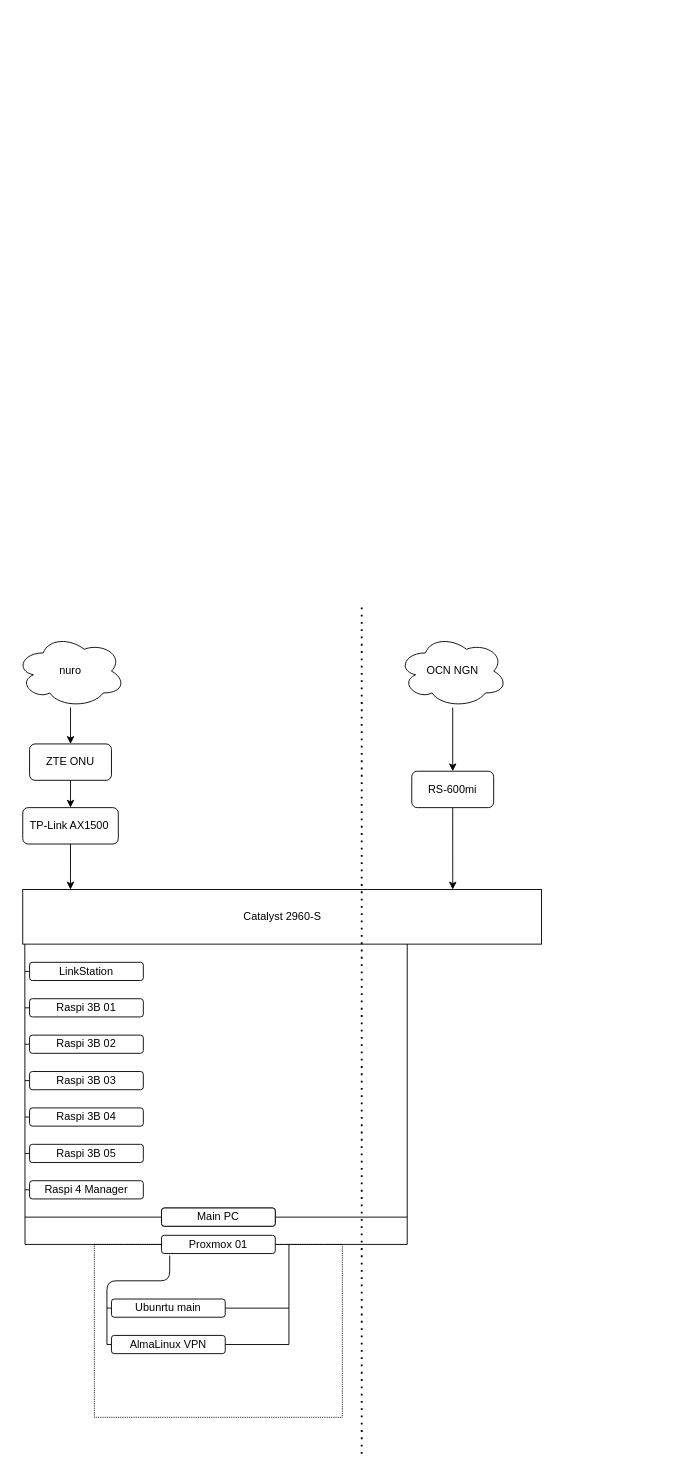
Before: diagram/diagram.drawio in Anchovy-s3/home-network, a draw.io diagram. Source tidied: cells renumbered, new cells numbered last; positions are measured from the earlier drawing's top-left corner, leaving out a move shared by most shapes. Both pictures are drawn from the tidied source at 91%, with x=0, y=0 at pixel (15, 607).
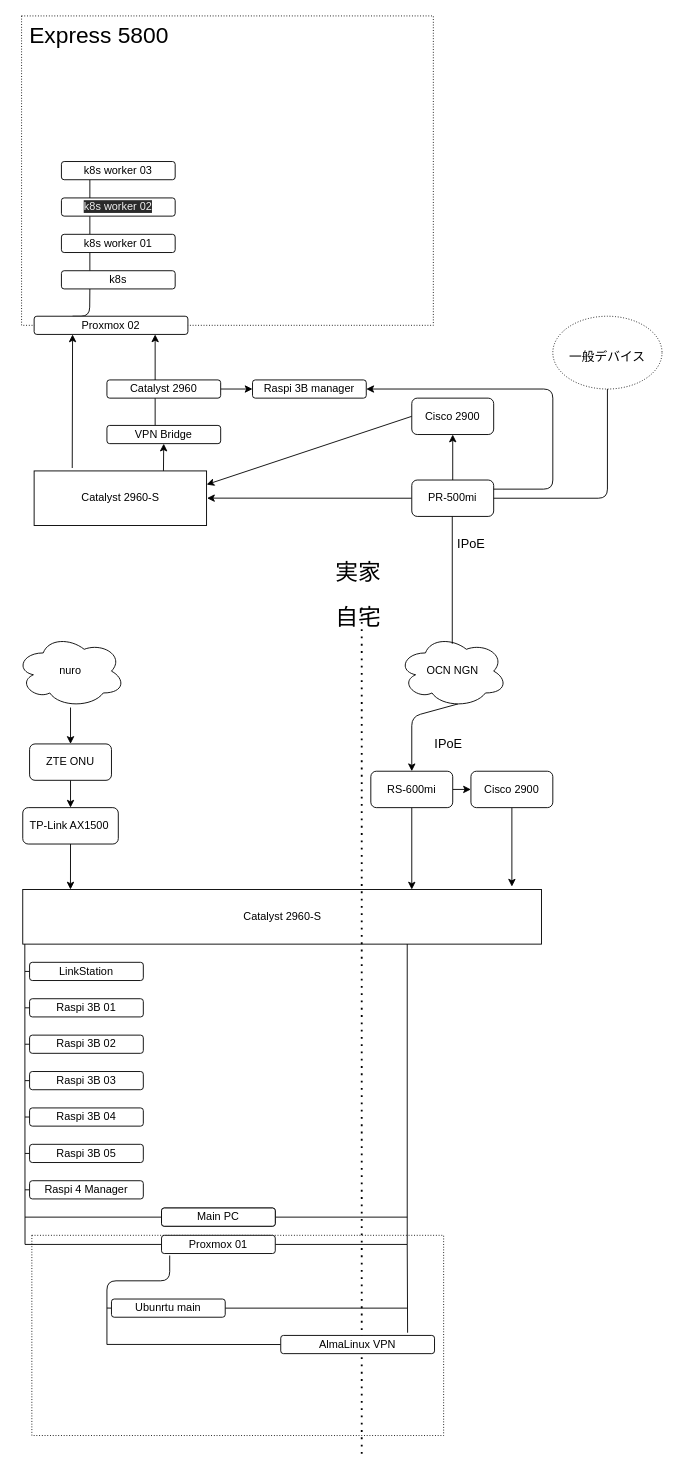
After the change.

Commit message:
実家構成追加

Unchanged cells that the change refers to:
```xml
<mxCell id="9" value="Catalyst 2960-S" style="rounded=0;whiteSpace=wrap;html=1;" parent="1" vertex="1">
  <mxGeometry x="7.5" y="310" width="570" height="60" as="geometry" />
</mxCell>
<mxCell id="11" value="OCN NGN" style="ellipse;shape=cloud;whiteSpace=wrap;html=1;" parent="1" vertex="1">
  <mxGeometry x="420" y="30" width="120" height="80" as="geometry" />
</mxCell>
<mxCell id="41" value="Ubunrtu main" style="rounded=1;whiteSpace=wrap;html=1;" parent="1" vertex="1">
  <mxGeometry x="105" y="760" width="125" height="20" as="geometry" />
</mxCell>
```

The edit, as a diff of the source:
```diff
@@
-    <mxCell id="2" style="rounded=0;whiteSpace=wrap;html=1;dashed=1;dashPattern=1 1;fillColor=none;gradientColor=none;" parent="1" vertex="1">
-      <mxGeometry x="86.2" y="700" width="272.5" height="190" as="geometry" />
-    </mxCell>
+    <mxCell id="47" style="rounded=0;whiteSpace=wrap;html=1;fillColor=none;dashed=1;dashPattern=1 2;" parent="1" vertex="1">
+      <mxGeometry x="6.2" y="-650" width="452.5" height="340" as="geometry" />
+    </mxCell>
+    <mxCell id="48" style="rounded=0;whiteSpace=wrap;html=1;fillColor=none;dashed=1;dashPattern=1 2;" parent="1" vertex="1">
+      <mxGeometry x="17.5" y="690" width="452.5" height="220" as="geometry" />
+    </mxCell>
@@
-    <mxCell id="10" style="edgeStyle=none;html=1;" parent="1" edge="1" source="11" target="13">
-      <mxGeometry relative="1" as="geometry" />
+    <mxCell id="10" style="edgeStyle=none;html=1;exitX=0.55;exitY=0.95;exitDx=0;exitDy=0;exitPerimeter=0;" parent="1" edge="1" source="11" target="13">
+      <mxGeometry relative="1" as="geometry">
+        <Array as="points">
+          <mxPoint x="435" y="120" />
+        </Array>
+      </mxGeometry>
     </mxCell>
@@
-    <mxCell id="12" style="edgeStyle=none;html=1;exitX=0.5;exitY=1;exitDx=0;exitDy=0;entryX=0.829;entryY=0;entryDx=0;entryDy=0;entryPerimeter=0;" parent="1" edge="1" source="13" target="9">
+    <mxCell id="12" style="edgeStyle=none;html=1;exitX=0.5;exitY=1;exitDx=0;exitDy=0;entryX=0.75;entryY=0;entryDx=0;entryDy=0;" parent="1" edge="1" source="13" target="9">
       <mxGeometry relative="1" as="geometry" />
     </mxCell>
+    <mxCell id="49" style="edgeStyle=none;html=1;exitX=1;exitY=0.5;exitDx=0;exitDy=0;entryX=0;entryY=0.5;entryDx=0;entryDy=0;fontSize=14;startArrow=none;startFill=0;endArrow=classic;endFill=1;" parent="1" edge="1" source="13" target="71">
+      <mxGeometry relative="1" as="geometry" />
+    </mxCell>
     <mxCell id="13" value="RS-600mi" style="rounded=1;whiteSpace=wrap;html=1;" parent="1" vertex="1">
-      <mxGeometry x="435" y="180" width="90" height="40" as="geometry" />
+      <mxGeometry x="390" y="180" width="90" height="40" as="geometry" />
     </mxCell>
@@
     <mxCell id="40" style="edgeStyle=none;html=1;exitX=1;exitY=0.5;exitDx=0;exitDy=0;endArrow=none;endFill=0;" parent="1" edge="1" source="41">
       <mxGeometry relative="1" as="geometry">
-        <mxPoint x="300" y="770" as="targetPoint" />
+        <mxPoint x="430" y="770" as="targetPoint" />
       </mxGeometry>
     </mxCell>
@@
     <mxCell id="44" value="AlmaLinux VPN" style="rounded=1;whiteSpace=wrap;html=1;" parent="1" vertex="1">
-      <mxGeometry x="105" y="800" width="125" height="20" as="geometry" />
+      <mxGeometry x="291" y="800" width="169" height="20" as="geometry" />
     </mxCell>
@@
-    <mxCell id="46" style="endArrow=none;html=1;" parent="1" edge="1">
+    <mxCell id="46" style="endArrow=none;html=1;exitX=0.825;exitY=-0.148;exitDx=0;exitDy=0;exitPerimeter=0;" parent="1" edge="1" source="44">
       <mxGeometry relative="1" as="geometry">
-        <mxPoint x="300" y="810" as="sourcePoint" />
-        <mxPoint x="300" y="700" as="targetPoint" />
+        <mxPoint x="430" y="700" as="targetPoint" />
       </mxGeometry>
     </mxCell>
+    <mxCell id="50" style="edgeStyle=none;html=1;" parent="1" edge="1">
+      <mxGeometry relative="1" as="geometry">
+        <mxPoint x="479.5" y="40" as="sourcePoint" />
+        <mxPoint x="479.5" y="-130" as="targetPoint" />
+      </mxGeometry>
+    </mxCell>
+    <mxCell id="51" style="edgeStyle=none;html=1;exitX=0.5;exitY=0;exitDx=0;exitDy=0;entryX=0.5;entryY=1;entryDx=0;entryDy=0;fontSize=14;startArrow=none;startFill=0;endArrow=classic;endFill=1;" parent="1" edge="1" source="53" target="73">
+      <mxGeometry relative="1" as="geometry" />
+    </mxCell>
+    <mxCell id="52" style="edgeStyle=none;html=1;exitX=0;exitY=0.5;exitDx=0;exitDy=0;fontSize=14;startArrow=none;startFill=0;endArrow=classic;endFill=1;" parent="1" edge="1" source="53">
+      <mxGeometry relative="1" as="geometry">
+        <mxPoint x="210" y="-120.1" as="targetPoint" />
+      </mxGeometry>
+    </mxCell>
+    <mxCell id="53" value="PR-500mi" style="rounded=1;whiteSpace=wrap;html=1;" parent="1" vertex="1">
+      <mxGeometry x="435" y="-140" width="90" height="40" as="geometry" />
+    </mxCell>
+    <mxCell id="54" style="edgeStyle=none;html=1;exitX=0.424;exitY=0;exitDx=0;exitDy=0;fontSize=25;entryX=0.787;entryY=1;entryDx=0;entryDy=0;entryPerimeter=0;exitPerimeter=0;" parent="1" edge="1" source="55" target="59">
+      <mxGeometry relative="1" as="geometry" />
+    </mxCell>
+    <mxCell id="55" value="VPN Bridge" style="rounded=1;whiteSpace=wrap;html=1;" parent="1" vertex="1">
+      <mxGeometry x="100" y="-200" width="125" height="20" as="geometry" />
+    </mxCell>
+    <mxCell id="56" value="自宅" style="text;html=1;align=center;verticalAlign=middle;strokeColor=none;fillColor=none;fontSize=25;" parent="1" vertex="1">
+      <mxGeometry x="340.5" y="-10" width="70" height="40" as="geometry" />
+    </mxCell>
+    <mxCell id="57" value="実家" style="text;html=1;align=center;verticalAlign=middle;strokeColor=none;fillColor=none;fontSize=25;" parent="1" vertex="1">
+      <mxGeometry x="340.5" y="-60" width="70" height="40" as="geometry" />
+    </mxCell>
+    <mxCell id="58" style="edgeStyle=none;html=1;exitX=0.25;exitY=0;exitDx=0;exitDy=0;entryX=0.25;entryY=1;entryDx=0;entryDy=0;fontSize=25;endArrow=none;endFill=0;" parent="1" edge="1" source="59" target="61">
+      <mxGeometry relative="1" as="geometry">
+        <Array as="points">
+          <mxPoint x="81" y="-320" />
+        </Array>
+      </mxGeometry>
+    </mxCell>
+    <mxCell id="59" value="Proxmox 02" style="rounded=1;whiteSpace=wrap;html=1;" parent="1" vertex="1">
+      <mxGeometry x="20" y="-320" width="169" height="20" as="geometry" />
+    </mxCell>
+    <mxCell id="60" style="edgeStyle=none;html=1;exitX=0.25;exitY=0;exitDx=0;exitDy=0;entryX=0.25;entryY=1;entryDx=0;entryDy=0;fontSize=25;endArrow=none;endFill=0;" parent="1" edge="1" source="61" target="63">
+      <mxGeometry relative="1" as="geometry" />
+    </mxCell>
+    <mxCell id="61" value="k8s" style="rounded=1;whiteSpace=wrap;html=1;" parent="1" vertex="1">
+      <mxGeometry x="50" y="-370" width="125" height="20" as="geometry" />
+    </mxCell>
+    <mxCell id="62" style="edgeStyle=none;html=1;exitX=0.25;exitY=0;exitDx=0;exitDy=0;entryX=0.25;entryY=1;entryDx=0;entryDy=0;fontSize=25;endArrow=none;endFill=0;" parent="1" edge="1" source="63" target="65">
+      <mxGeometry relative="1" as="geometry" />
+    </mxCell>
+    <mxCell id="63" value="k8s worker 01" style="rounded=1;whiteSpace=wrap;html=1;" parent="1" vertex="1">
+      <mxGeometry x="50" y="-410" width="125" height="20" as="geometry" />
+    </mxCell>
+    <mxCell id="64" style="edgeStyle=none;html=1;exitX=0.25;exitY=0;exitDx=0;exitDy=0;entryX=0.25;entryY=1;entryDx=0;entryDy=0;fontSize=25;endArrow=none;endFill=0;" parent="1" edge="1" source="65" target="66">
+      <mxGeometry relative="1" as="geometry" />
+    </mxCell>
+    <mxCell id="65" value="&lt;span style=&quot;color: rgb(240 , 240 , 240) ; font-family: &amp;#34;helvetica&amp;#34; ; font-size: 12px ; font-style: normal ; font-weight: 400 ; letter-spacing: normal ; text-align: center ; text-indent: 0px ; text-transform: none ; word-spacing: 0px ; background-color: rgb(42 , 42 , 42) ; display: inline ; float: none&quot;&gt;k8s worker 02&lt;/span&gt;" style="rounded=1;whiteSpace=wrap;html=1;" parent="1" vertex="1">
+      <mxGeometry x="50" y="-450" width="125" height="20" as="geometry" />
+    </mxCell>
+    <mxCell id="66" value="k8s worker 03" style="rounded=1;whiteSpace=wrap;html=1;" parent="1" vertex="1">
+      <mxGeometry x="50" y="-490" width="125" height="20" as="geometry" />
+    </mxCell>
+    <mxCell id="67" value="Express 5800" style="text;html=1;align=center;verticalAlign=middle;strokeColor=none;fillColor=none;fontSize=25;" parent="1" vertex="1">
+      <mxGeometry x="6.2" y="-650" width="170" height="40" as="geometry" />
+    </mxCell>
+    <mxCell id="68" style="endArrow=none;html=1;fontSize=25;exitX=1;exitY=0.5;exitDx=0;exitDy=0;" parent="1" edge="1" source="53">
+      <mxGeometry relative="1" as="geometry">
+        <mxPoint x="650" y="-240" as="targetPoint" />
+        <Array as="points">
+          <mxPoint x="650" y="-120" />
+        </Array>
+      </mxGeometry>
+    </mxCell>
+    <mxCell id="69" value="&lt;font style=&quot;font-size: 14px&quot;&gt;一般デバイス&lt;/font&gt;" style="ellipse;whiteSpace=wrap;html=1;dashed=1;dashPattern=1 2;fontSize=25;fillColor=none;" parent="1" vertex="1">
+      <mxGeometry x="590" y="-320" width="120" height="80" as="geometry" />
+    </mxCell>
+    <mxCell id="70" style="edgeStyle=none;html=1;exitX=0.5;exitY=1;exitDx=0;exitDy=0;entryX=0.943;entryY=-0.053;entryDx=0;entryDy=0;entryPerimeter=0;fontSize=14;startArrow=none;startFill=0;endArrow=classic;endFill=1;" parent="1" edge="1" source="71" target="9">
+      <mxGeometry relative="1" as="geometry" />
+    </mxCell>
+    <mxCell id="71" value="Cisco 2900" style="rounded=1;whiteSpace=wrap;html=1;" parent="1" vertex="1">
+      <mxGeometry x="500" y="180" width="90" height="40" as="geometry" />
+    </mxCell>
+    <mxCell id="72" style="edgeStyle=none;html=1;exitX=0;exitY=0.5;exitDx=0;exitDy=0;entryX=1;entryY=0.25;entryDx=0;entryDy=0;fontSize=14;startArrow=none;startFill=0;endArrow=classic;endFill=1;" parent="1" edge="1" source="73" target="76">
+      <mxGeometry relative="1" as="geometry" />
+    </mxCell>
+    <mxCell id="73" value="Cisco 2900" style="rounded=1;whiteSpace=wrap;html=1;" parent="1" vertex="1">
+      <mxGeometry x="435" y="-230" width="90" height="40" as="geometry" />
+    </mxCell>
+    <mxCell id="74" style="edgeStyle=none;html=1;exitX=0.75;exitY=0;exitDx=0;exitDy=0;fontSize=14;startArrow=none;startFill=0;endArrow=classic;endFill=1;" parent="1" edge="1" source="76" target="55">
+      <mxGeometry relative="1" as="geometry" />
+    </mxCell>
+    <mxCell id="75" style="edgeStyle=none;html=1;exitX=0.221;exitY=-0.053;exitDx=0;exitDy=0;fontSize=14;startArrow=none;startFill=0;endArrow=classic;endFill=1;entryX=0.25;entryY=1;entryDx=0;entryDy=0;exitPerimeter=0;" parent="1" edge="1" source="76" target="59">
+      <mxGeometry relative="1" as="geometry" />
+    </mxCell>
+    <mxCell id="76" value="Catalyst 2960-S" style="rounded=0;whiteSpace=wrap;html=1;" parent="1" vertex="1">
+      <mxGeometry x="20" y="-150" width="189.5" height="60" as="geometry" />
+    </mxCell>
+    <mxCell id="77" value="IPoE" style="text;html=1;align=center;verticalAlign=middle;strokeColor=none;fillColor=none;fontSize=14;" parent="1" vertex="1">
+      <mxGeometry x="475" y="-80" width="50" height="20" as="geometry" />
+    </mxCell>
+    <mxCell id="78" value="IPoE" style="text;html=1;align=center;verticalAlign=middle;strokeColor=none;fillColor=none;fontSize=14;" parent="1" vertex="1">
+      <mxGeometry x="450" y="140" width="50" height="20" as="geometry" />
+    </mxCell>
+    <mxCell id="79" style="edgeStyle=none;html=1;exitX=1;exitY=0.5;exitDx=0;exitDy=0;entryX=0;entryY=0.5;entryDx=0;entryDy=0;fontSize=14;startArrow=none;startFill=0;endArrow=classic;endFill=1;" parent="1" edge="1" source="80" target="82">
+      <mxGeometry relative="1" as="geometry" />
+    </mxCell>
+    <mxCell id="80" value="Catalyst 2960" style="rounded=1;whiteSpace=wrap;html=1;" parent="1" vertex="1">
+      <mxGeometry x="100" y="-250" width="125" height="20" as="geometry" />
+    </mxCell>
+    <mxCell id="81" style="edgeStyle=none;html=1;exitX=1;exitY=0.5;exitDx=0;exitDy=0;entryX=1;entryY=0.25;entryDx=0;entryDy=0;fontSize=14;startArrow=classic;startFill=1;endArrow=none;endFill=0;" parent="1" edge="1" source="82" target="53">
+      <mxGeometry relative="1" as="geometry">
+        <Array as="points">
+          <mxPoint x="590" y="-240" />
+          <mxPoint x="590" y="-130" />
+        </Array>
+      </mxGeometry>
+    </mxCell>
+    <mxCell id="82" value="Raspi 3B manager" style="rounded=1;whiteSpace=wrap;html=1;" parent="1" vertex="1">
+      <mxGeometry x="260" y="-250" width="125" height="20" as="geometry" />
+    </mxCell>
```
